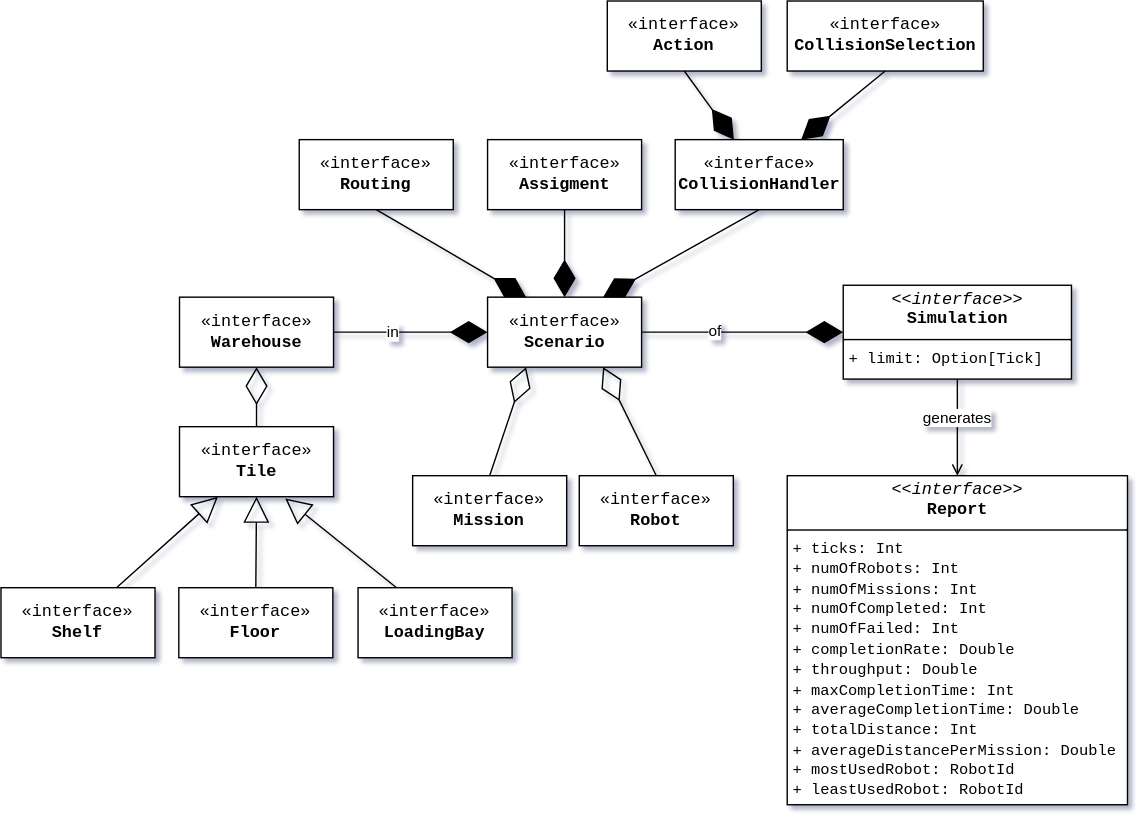
This is docs/diagrams/domain.svg from GitMatt101/PPS-25-Sentinel, a draw.io export, as it was before one commit. Source tidied: cells renumbered, new cells last; positions are measured from the earlier drawing's top-left corner, leaving out a move shared by most shapes. Its diagram source:
```xml
<mxGraphModel shadow="1">
  <root>
    <mxCell id="0" />
    <mxCell id="1" parent="0" />
    <mxCell id="2" style="edgeStyle=none;rounded=0;jettySize=auto;html=1;endArrow=open;endFill=0;" parent="1" edge="1" source="4">
      <mxGeometry relative="1" as="geometry">
        <mxPoint x="683" y="339" as="targetPoint" />
      </mxGeometry>
    </mxCell>
    <mxCell id="3" value="generates" style="edgeLabel;html=1;align=center;verticalAlign=middle;" parent="2" vertex="1">
      <mxGeometry x="-0.2" y="-1" relative="1" as="geometry" />
    </mxCell>
    <mxCell id="4" value="&lt;p style=&quot;margin:0px;margin-top:4px;text-align:center;&quot;&gt;&lt;i&gt;&amp;lt;&amp;lt;interface&amp;gt;&amp;gt;&lt;/i&gt;&lt;br&gt;&lt;b&gt;Simulation&lt;/b&gt;&lt;/p&gt;&lt;hr size=&quot;1&quot; style=&quot;border-style:solid;&quot;&gt;&lt;p style=&quot;margin:0px;margin-left:4px;&quot;&gt;&lt;span style=&quot;font-size: 11px; background-color: transparent; color: light-dark(rgb(0, 0, 0), rgb(255, 255, 255));&quot;&gt;+ limit: Option[Tick]&lt;/span&gt;&lt;/p&gt;" style="verticalAlign=top;align=left;overflow=fill;html=1;whiteSpace=wrap;fontFamily=Courier New;" parent="1" vertex="1">
      <mxGeometry x="601.5" y="203" width="163" height="67" as="geometry" />
    </mxCell>
    <mxCell id="5" value="«interface»&lt;br&gt;&lt;b&gt;Warehouse&lt;/b&gt;" style="html=1;whiteSpace=wrap;fontFamily=Courier New;textShadow=0;" parent="1" vertex="1">
      <mxGeometry x="127.5" y="211.5" width="110" height="50" as="geometry" />
    </mxCell>
    <mxCell id="6" value="«interface»&lt;br&gt;&lt;b&gt;Scenario&lt;/b&gt;" style="html=1;whiteSpace=wrap;fontFamily=Courier New;textShadow=0;" parent="1" vertex="1">
      <mxGeometry x="347.5" y="211.5" width="110" height="50" as="geometry" />
    </mxCell>
    <mxCell id="7" value="in" style="endArrow=diamondThin;endFill=1;endSize=24;html=1;rounded=0;entryX=0;entryY=0.5;entryDx=0;entryDy=0;exitX=1;exitY=0.5;exitDx=0;exitDy=0;" parent="1" edge="1" source="5" target="6">
      <mxGeometry x="-0.23" relative="1" as="geometry" />
    </mxCell>
    <mxCell id="8" style="endArrow=diamondThin;endFill=1;endSize=24;html=1;rounded=0;entryX=0;entryY=0.5;entryDx=0;entryDy=0;exitX=1;exitY=0.5;exitDx=0;exitDy=0;" parent="1" edge="1" source="6" target="4">
      <mxGeometry relative="1" as="geometry" />
    </mxCell>
    <mxCell id="9" value="of" style="edgeLabel;html=1;align=center;verticalAlign=middle;" parent="8" vertex="1">
      <mxGeometry x="-0.2" y="1" relative="1" as="geometry">
        <mxPoint x="-6" as="offset" />
      </mxGeometry>
    </mxCell>
    <mxCell id="10" value="&lt;p style=&quot;margin:0px;margin-top:4px;text-align:center;&quot;&gt;&lt;i&gt;&amp;lt;&amp;lt;interface&amp;gt;&amp;gt;&lt;/i&gt;&lt;br&gt;&lt;b&gt;Report&lt;/b&gt;&lt;/p&gt;&lt;hr size=&quot;1&quot; style=&quot;border-style:solid;&quot;&gt;&lt;p style=&quot;margin:0px;margin-left:4px;&quot;&gt;&lt;span style=&quot;font-size: 11px;&quot;&gt;+ ticks: Int&lt;/span&gt;&lt;/p&gt;&lt;p style=&quot;margin:0px;margin-left:4px;&quot;&gt;&lt;span style=&quot;font-size: 11px;&quot;&gt;+ numOfRobots: Int&lt;/span&gt;&lt;/p&gt;&lt;p style=&quot;margin:0px;margin-left:4px;&quot;&gt;&lt;span style=&quot;font-size: 11px; background-color: transparent; color: light-dark(rgb(0, 0, 0), rgb(255, 255, 255));&quot;&gt;+ numOfMissions: Int&lt;/span&gt;&lt;/p&gt;&lt;p style=&quot;margin:0px;margin-left:4px;&quot;&gt;&lt;span style=&quot;font-size: 11px;&quot;&gt;+ numOfCompleted: Int&lt;/span&gt;&lt;/p&gt;&lt;p style=&quot;margin:0px;margin-left:4px;&quot;&gt;&lt;span style=&quot;font-size: 11px;&quot;&gt;+ numOfFailed: Int&lt;/span&gt;&lt;/p&gt;&lt;p style=&quot;margin:0px;margin-left:4px;&quot;&gt;&lt;span style=&quot;font-size: 11px;&quot;&gt;+ completionRate: Double&lt;/span&gt;&lt;/p&gt;&lt;p style=&quot;margin:0px;margin-left:4px;&quot;&gt;&lt;span style=&quot;font-size: 11px;&quot;&gt;+ throughput: Double&lt;/span&gt;&lt;/p&gt;&lt;p style=&quot;margin:0px;margin-left:4px;&quot;&gt;&lt;span style=&quot;font-size: 11px;&quot;&gt;+ maxCompletionTime: Int&lt;/span&gt;&lt;/p&gt;&lt;p style=&quot;margin:0px;margin-left:4px;&quot;&gt;&lt;span style=&quot;font-size: 11px;&quot;&gt;+ averageCompletionTime: Double&lt;/span&gt;&lt;/p&gt;&lt;p style=&quot;margin:0px;margin-left:4px;&quot;&gt;&lt;span style=&quot;font-size: 11px;&quot;&gt;+ totalDistance: Int&lt;/span&gt;&lt;/p&gt;&lt;p style=&quot;margin:0px;margin-left:4px;&quot;&gt;&lt;span style=&quot;font-size: 11px;&quot;&gt;+ averageDistancePerMission: Double&lt;/span&gt;&lt;/p&gt;&lt;p style=&quot;margin:0px;margin-left:4px;&quot;&gt;&lt;span style=&quot;font-size: 11px;&quot;&gt;+ mostUsedRobot: RobotId&lt;/span&gt;&lt;/p&gt;&lt;p style=&quot;margin:0px;margin-left:4px;&quot;&gt;&lt;span style=&quot;font-size: 11px;&quot;&gt;+ leastUsedRobot: RobotId&lt;/span&gt;&lt;/p&gt;" style="verticalAlign=top;align=left;overflow=fill;html=1;whiteSpace=wrap;fontFamily=Courier New;" parent="1" vertex="1">
      <mxGeometry x="561.5" y="339" width="243" height="235" as="geometry" />
    </mxCell>
    <mxCell id="11" value="«interface»&lt;br&gt;&lt;b&gt;Mission&lt;/b&gt;" style="html=1;whiteSpace=wrap;fontFamily=Courier New;textShadow=0;" parent="1" vertex="1">
      <mxGeometry x="294" y="339" width="110" height="50" as="geometry" />
    </mxCell>
    <mxCell id="12" value="«interface»&lt;br&gt;&lt;b&gt;Robot&lt;/b&gt;" style="html=1;whiteSpace=wrap;fontFamily=Courier New;textShadow=0;" parent="1" vertex="1">
      <mxGeometry x="413" y="339" width="110" height="50" as="geometry" />
    </mxCell>
    <mxCell id="13" style="endArrow=diamondThin;endFill=0;endSize=24;html=1;rounded=0;exitX=0.5;exitY=0;exitDx=0;exitDy=0;entryX=0.75;entryY=1;entryDx=0;entryDy=0;" parent="1" edge="1" source="12" target="6">
      <mxGeometry relative="1" as="geometry" />
    </mxCell>
    <mxCell id="14" style="endArrow=diamondThin;endFill=0;endSize=24;html=1;rounded=0;entryX=0.25;entryY=1;entryDx=0;entryDy=0;exitX=0.5;exitY=0;exitDx=0;exitDy=0;" parent="1" edge="1" source="11" target="6">
      <mxGeometry relative="1" as="geometry" />
    </mxCell>
    <mxCell id="15" value="«interface»&lt;br&gt;&lt;b&gt;Tile&lt;/b&gt;" style="html=1;whiteSpace=wrap;fontFamily=Courier New;textShadow=0;" parent="1" vertex="1">
      <mxGeometry x="127.5" y="304" width="110" height="50" as="geometry" />
    </mxCell>
    <mxCell id="16" style="endArrow=diamondThin;endFill=0;endSize=24;html=1;rounded=0;entryX=0.5;entryY=1;entryDx=0;entryDy=0;exitX=0.5;exitY=0;exitDx=0;exitDy=0;" parent="1" edge="1" source="15" target="5">
      <mxGeometry relative="1" as="geometry" />
    </mxCell>
    <mxCell id="17" value="«interface»&lt;br&gt;&lt;b&gt;Shelf&lt;/b&gt;" style="html=1;whiteSpace=wrap;fontFamily=Courier New;textShadow=0;" parent="1" vertex="1">
      <mxGeometry y="419" width="110" height="50" as="geometry" />
    </mxCell>
    <mxCell id="18" value="«interface»&lt;br&gt;&lt;b&gt;Floor&lt;/b&gt;" style="html=1;whiteSpace=wrap;fontFamily=Courier New;textShadow=0;" parent="1" vertex="1">
      <mxGeometry x="127" y="419" width="110" height="50" as="geometry" />
    </mxCell>
    <mxCell id="19" value="«interface»&lt;br&gt;&lt;b&gt;LoadingBay&lt;/b&gt;" style="html=1;whiteSpace=wrap;fontFamily=Courier New;textShadow=0;" parent="1" vertex="1">
      <mxGeometry x="255" y="419" width="110" height="50" as="geometry" />
    </mxCell>
    <mxCell id="20" style="endArrow=block;endSize=16;endFill=0;html=1;rounded=0;entryX=0.5;entryY=1;entryDx=0;entryDy=0;exitX=0.5;exitY=0;exitDx=0;exitDy=0;" parent="1" edge="1" source="18" target="15">
      <mxGeometry relative="1" as="geometry" />
    </mxCell>
    <mxCell id="21" style="endArrow=block;endSize=16;endFill=0;html=1;rounded=0;exitX=0.25;exitY=0;exitDx=0;exitDy=0;" parent="1" edge="1" source="19">
      <mxGeometry relative="1" as="geometry">
        <mxPoint x="203" y="355.2" as="targetPoint" />
      </mxGeometry>
    </mxCell>
    <mxCell id="22" style="endArrow=block;endSize=16;endFill=0;html=1;rounded=0;entryX=0.25;entryY=1;entryDx=0;entryDy=0;exitX=0.75;exitY=0;exitDx=0;exitDy=0;" parent="1" edge="1" source="17" target="15">
      <mxGeometry relative="1" as="geometry" />
    </mxCell>
    <mxCell id="23" value="«interface»&lt;br&gt;&lt;b&gt;Routing&lt;/b&gt;" style="html=1;whiteSpace=wrap;fontFamily=Courier New;textShadow=0;" parent="1" vertex="1">
      <mxGeometry x="213" y="99" width="110" height="50" as="geometry" />
    </mxCell>
    <mxCell id="24" value="«interface»&lt;br&gt;&lt;b&gt;Assigment&lt;/b&gt;" style="html=1;whiteSpace=wrap;fontFamily=Courier New;textShadow=0;" parent="1" vertex="1">
      <mxGeometry x="347.5" y="99" width="110" height="50" as="geometry" />
    </mxCell>
    <mxCell id="25" value="«interface»&lt;br&gt;&lt;b&gt;CollisionHandler&lt;/b&gt;" style="html=1;whiteSpace=wrap;fontFamily=Courier New;textShadow=0;" parent="1" vertex="1">
      <mxGeometry x="481.5" y="99" width="120" height="50" as="geometry" />
    </mxCell>
    <mxCell id="26" value="«interface»&lt;br&gt;&lt;b&gt;CollisionSelection&lt;/b&gt;" style="html=1;whiteSpace=wrap;fontFamily=Courier New;textShadow=0;" parent="1" vertex="1">
      <mxGeometry x="561.5" width="140" height="50" as="geometry" />
    </mxCell>
    <mxCell id="27" style="endArrow=diamondThin;endFill=1;endSize=24;html=1;rounded=0;entryX=0.75;entryY=0;entryDx=0;entryDy=0;exitX=0.5;exitY=1;exitDx=0;exitDy=0;" parent="1" edge="1" source="26" target="25">
      <mxGeometry relative="1" as="geometry" />
    </mxCell>
    <mxCell id="28" style="endArrow=diamondThin;endFill=1;endSize=24;html=1;rounded=0;exitX=0.5;exitY=1;exitDx=0;exitDy=0;entryX=0.5;entryY=0;entryDx=0;entryDy=0;" parent="1" edge="1" source="24" target="6">
      <mxGeometry relative="1" as="geometry" />
    </mxCell>
    <mxCell id="29" style="endArrow=diamondThin;endFill=1;endSize=24;html=1;rounded=0;exitX=0.5;exitY=1;exitDx=0;exitDy=0;entryX=0.25;entryY=0;entryDx=0;entryDy=0;" parent="1" edge="1" source="23" target="6">
      <mxGeometry relative="1" as="geometry" />
    </mxCell>
    <mxCell id="30" style="endArrow=diamondThin;endFill=1;endSize=24;html=1;rounded=0;exitX=0.5;exitY=1;exitDx=0;exitDy=0;entryX=0.75;entryY=0;entryDx=0;entryDy=0;" parent="1" edge="1" source="25" target="6">
      <mxGeometry relative="1" as="geometry" />
    </mxCell>
    <mxCell id="31" value="«interface»&lt;br&gt;&lt;b&gt;Action&lt;/b&gt;" style="html=1;whiteSpace=wrap;fontFamily=Courier New;textShadow=0;" parent="1" vertex="1">
      <mxGeometry x="433" width="110" height="50" as="geometry" />
    </mxCell>
    <mxCell id="32" style="endArrow=diamondThin;endFill=1;endSize=24;html=1;rounded=0;exitX=0.5;exitY=1;exitDx=0;exitDy=0;" parent="1" edge="1" source="31" target="25">
      <mxGeometry relative="1" as="geometry" />
    </mxCell>
  </root>
</mxGraphModel>
```
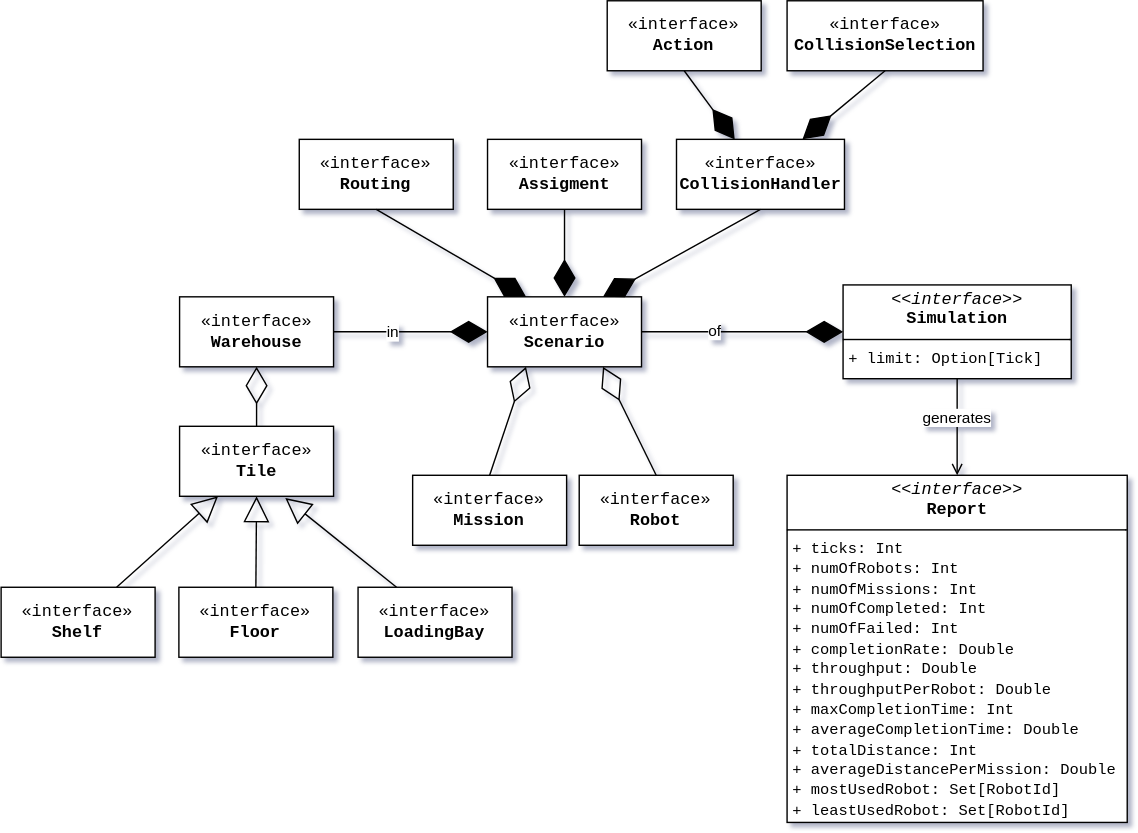
After the commit.

Commit message:
docs(report): fix schemes

Change to the diagram source:
```diff
@@ -30,8 +30,8 @@
         <mxPoint x="-6" as="offset" />
       </mxGeometry>
     </mxCell>
-    <mxCell id="10" value="&lt;p style=&quot;margin:0px;margin-top:4px;text-align:center;&quot;&gt;&lt;i&gt;&amp;lt;&amp;lt;interface&amp;gt;&amp;gt;&lt;/i&gt;&lt;br&gt;&lt;b&gt;Report&lt;/b&gt;&lt;/p&gt;&lt;hr size=&quot;1&quot; style=&quot;border-style:solid;&quot;&gt;&lt;p style=&quot;margin:0px;margin-left:4px;&quot;&gt;&lt;span style=&quot;font-size: 11px;&quot;&gt;+ ticks: Int&lt;/span&gt;&lt;/p&gt;&lt;p style=&quot;margin:0px;margin-left:4px;&quot;&gt;&lt;span style=&quot;font-size: 11px;&quot;&gt;+ numOfRobots: Int&lt;/span&gt;&lt;/p&gt;&lt;p style=&quot;margin:0px;margin-left:4px;&quot;&gt;&lt;span style=&quot;font-size: 11px; background-color: transparent; color: light-dark(rgb(0, 0, 0), rgb(255, 255, 255));&quot;&gt;+ numOfMissions: Int&lt;/span&gt;&lt;/p&gt;&lt;p style=&quot;margin:0px;margin-left:4px;&quot;&gt;&lt;span style=&quot;font-size: 11px;&quot;&gt;+ numOfCompleted: Int&lt;/span&gt;&lt;/p&gt;&lt;p style=&quot;margin:0px;margin-left:4px;&quot;&gt;&lt;span style=&quot;font-size: 11px;&quot;&gt;+ numOfFailed: Int&lt;/span&gt;&lt;/p&gt;&lt;p style=&quot;margin:0px;margin-left:4px;&quot;&gt;&lt;span style=&quot;font-size: 11px;&quot;&gt;+ completionRate: Double&lt;/span&gt;&lt;/p&gt;&lt;p style=&quot;margin:0px;margin-left:4px;&quot;&gt;&lt;span style=&quot;font-size: 11px;&quot;&gt;+ throughput: Double&lt;/span&gt;&lt;/p&gt;&lt;p style=&quot;margin:0px;margin-left:4px;&quot;&gt;&lt;span style=&quot;font-size: 11px;&quot;&gt;+ maxCompletionTime: Int&lt;/span&gt;&lt;/p&gt;&lt;p style=&quot;margin:0px;margin-left:4px;&quot;&gt;&lt;span style=&quot;font-size: 11px;&quot;&gt;+ averageCompletionTime: Double&lt;/span&gt;&lt;/p&gt;&lt;p style=&quot;margin:0px;margin-left:4px;&quot;&gt;&lt;span style=&quot;font-size: 11px;&quot;&gt;+ totalDistance: Int&lt;/span&gt;&lt;/p&gt;&lt;p style=&quot;margin:0px;margin-left:4px;&quot;&gt;&lt;span style=&quot;font-size: 11px;&quot;&gt;+ averageDistancePerMission: Double&lt;/span&gt;&lt;/p&gt;&lt;p style=&quot;margin:0px;margin-left:4px;&quot;&gt;&lt;span style=&quot;font-size: 11px;&quot;&gt;+ mostUsedRobot: RobotId&lt;/span&gt;&lt;/p&gt;&lt;p style=&quot;margin:0px;margin-left:4px;&quot;&gt;&lt;span style=&quot;font-size: 11px;&quot;&gt;+ leastUsedRobot: RobotId&lt;/span&gt;&lt;/p&gt;" style="verticalAlign=top;align=left;overflow=fill;html=1;whiteSpace=wrap;fontFamily=Courier New;" parent="1" vertex="1">
-      <mxGeometry x="561.5" y="339" width="243" height="235" as="geometry" />
+    <mxCell id="10" value="&lt;p style=&quot;margin:0px;margin-top:4px;text-align:center;&quot;&gt;&lt;i&gt;&amp;lt;&amp;lt;interface&amp;gt;&amp;gt;&lt;/i&gt;&lt;br&gt;&lt;b&gt;Report&lt;/b&gt;&lt;/p&gt;&lt;hr size=&quot;1&quot; style=&quot;border-style:solid;&quot;&gt;&lt;p style=&quot;margin:0px;margin-left:4px;&quot;&gt;&lt;span style=&quot;font-size: 11px;&quot;&gt;+ ticks: Int&lt;/span&gt;&lt;/p&gt;&lt;p style=&quot;margin:0px;margin-left:4px;&quot;&gt;&lt;span style=&quot;font-size: 11px;&quot;&gt;+ numOfRobots: Int&lt;/span&gt;&lt;/p&gt;&lt;p style=&quot;margin:0px;margin-left:4px;&quot;&gt;&lt;span style=&quot;font-size: 11px; background-color: transparent; color: light-dark(rgb(0, 0, 0), rgb(255, 255, 255));&quot;&gt;+ numOfMissions: Int&lt;/span&gt;&lt;/p&gt;&lt;p style=&quot;margin:0px;margin-left:4px;&quot;&gt;&lt;span style=&quot;font-size: 11px;&quot;&gt;+ numOfCompleted: Int&lt;/span&gt;&lt;/p&gt;&lt;p style=&quot;margin:0px;margin-left:4px;&quot;&gt;&lt;span style=&quot;font-size: 11px;&quot;&gt;+ numOfFailed: Int&lt;/span&gt;&lt;/p&gt;&lt;p style=&quot;margin:0px;margin-left:4px;&quot;&gt;&lt;span style=&quot;font-size: 11px;&quot;&gt;+ completionRate: Double&lt;/span&gt;&lt;/p&gt;&lt;p style=&quot;margin:0px;margin-left:4px;&quot;&gt;&lt;span style=&quot;font-size: 11px;&quot;&gt;+ throughput: Double&lt;/span&gt;&lt;/p&gt;&lt;p style=&quot;margin:0px;margin-left:4px;&quot;&gt;&lt;span style=&quot;font-size: 11px;&quot;&gt;+ throughputPerRobot: Double&lt;/span&gt;&lt;/p&gt;&lt;p style=&quot;margin:0px;margin-left:4px;&quot;&gt;&lt;span style=&quot;font-size: 11px;&quot;&gt;+ maxCompletionTime: Int&lt;/span&gt;&lt;/p&gt;&lt;p style=&quot;margin:0px;margin-left:4px;&quot;&gt;&lt;span style=&quot;font-size: 11px;&quot;&gt;+ averageCompletionTime: Double&lt;/span&gt;&lt;/p&gt;&lt;p style=&quot;margin:0px;margin-left:4px;&quot;&gt;&lt;span style=&quot;font-size: 11px;&quot;&gt;+ totalDistance: Int&lt;/span&gt;&lt;/p&gt;&lt;p style=&quot;margin:0px;margin-left:4px;&quot;&gt;&lt;span style=&quot;font-size: 11px;&quot;&gt;+ averageDistancePerMission: Double&lt;/span&gt;&lt;/p&gt;&lt;p style=&quot;margin:0px;margin-left:4px;&quot;&gt;&lt;span style=&quot;font-size: 11px;&quot;&gt;+ mostUsedRobot: Set[RobotId]&lt;/span&gt;&lt;/p&gt;&lt;p style=&quot;margin:0px;margin-left:4px;&quot;&gt;&lt;span style=&quot;font-size: 11px;&quot;&gt;+ leastUsedRobot: Set[RobotId]&lt;/span&gt;&lt;/p&gt;" style="verticalAlign=top;align=left;overflow=fill;html=1;whiteSpace=wrap;fontFamily=Courier New;" parent="1" vertex="1">
+      <mxGeometry x="561.5" y="339" width="243" height="248" as="geometry" />
     </mxCell>
     <mxCell id="11" value="«interface»&lt;br&gt;&lt;b&gt;Mission&lt;/b&gt;" style="html=1;whiteSpace=wrap;fontFamily=Courier New;textShadow=0;" parent="1" vertex="1">
       <mxGeometry x="294" y="339" width="110" height="50" as="geometry" />
@@ -60,8 +60,10 @@
     <mxCell id="19" value="«interface»&lt;br&gt;&lt;b&gt;LoadingBay&lt;/b&gt;" style="html=1;whiteSpace=wrap;fontFamily=Courier New;textShadow=0;" parent="1" vertex="1">
       <mxGeometry x="255" y="419" width="110" height="50" as="geometry" />
     </mxCell>
-    <mxCell id="20" style="endArrow=block;endSize=16;endFill=0;html=1;rounded=0;entryX=0.5;entryY=1;entryDx=0;entryDy=0;exitX=0.5;exitY=0;exitDx=0;exitDy=0;" parent="1" edge="1" source="18" target="15">
-      <mxGeometry relative="1" as="geometry" />
+    <mxCell id="20" style="endArrow=block;endSize=16;endFill=0;html=1;rounded=0;entryX=0.5;entryY=1;entryDx=0;entryDy=0;" parent="1" edge="1" target="15">
+      <mxGeometry relative="1" as="geometry">
+        <mxPoint x="182" y="419" as="sourcePoint" />
+      </mxGeometry>
     </mxCell>
     <mxCell id="21" style="endArrow=block;endSize=16;endFill=0;html=1;rounded=0;exitX=0.25;exitY=0;exitDx=0;exitDy=0;" parent="1" edge="1" source="19">
       <mxGeometry relative="1" as="geometry">
@@ -78,7 +80,7 @@
       <mxGeometry x="347.5" y="99" width="110" height="50" as="geometry" />
     </mxCell>
     <mxCell id="25" value="«interface»&lt;br&gt;&lt;b&gt;CollisionHandler&lt;/b&gt;" style="html=1;whiteSpace=wrap;fontFamily=Courier New;textShadow=0;" parent="1" vertex="1">
-      <mxGeometry x="481.5" y="99" width="120" height="50" as="geometry" />
+      <mxGeometry x="482.5" y="99" width="120" height="50" as="geometry" />
     </mxCell>
     <mxCell id="26" value="«interface»&lt;br&gt;&lt;b&gt;CollisionSelection&lt;/b&gt;" style="html=1;whiteSpace=wrap;fontFamily=Courier New;textShadow=0;" parent="1" vertex="1">
       <mxGeometry x="561.5" width="140" height="50" as="geometry" />
```
